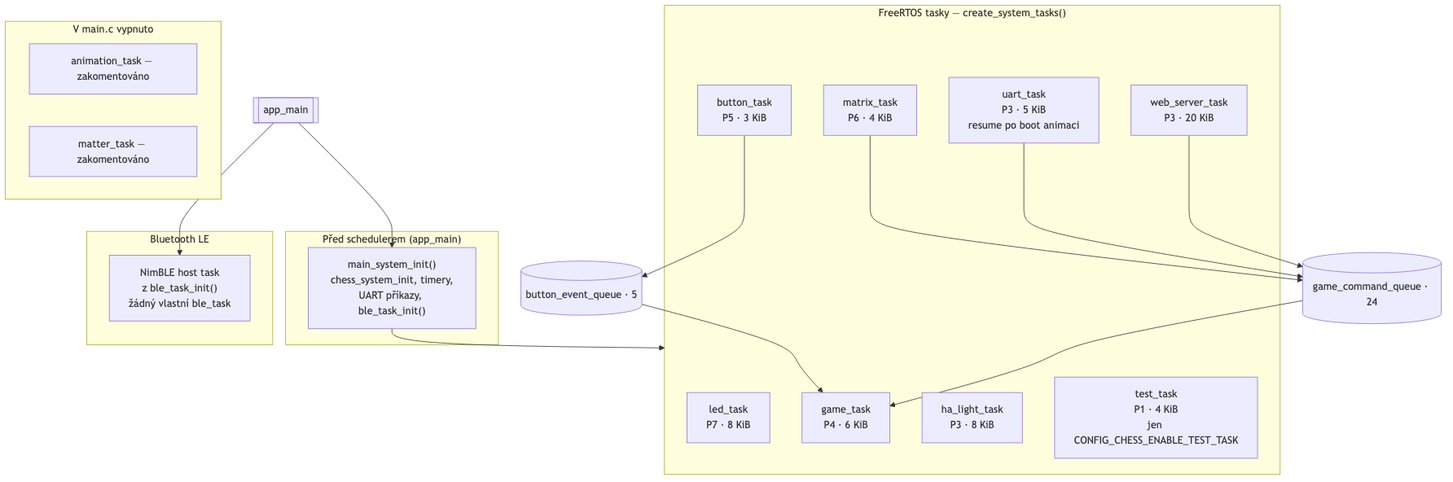
Above: docs/diagrams/tasks_architecture.png in AlfredKrutina/chess_esp32_c6_devkit (Mermaid), before the change. Its source is kept beside it as docs/diagrams/sources/tasks_architecture.mmd.
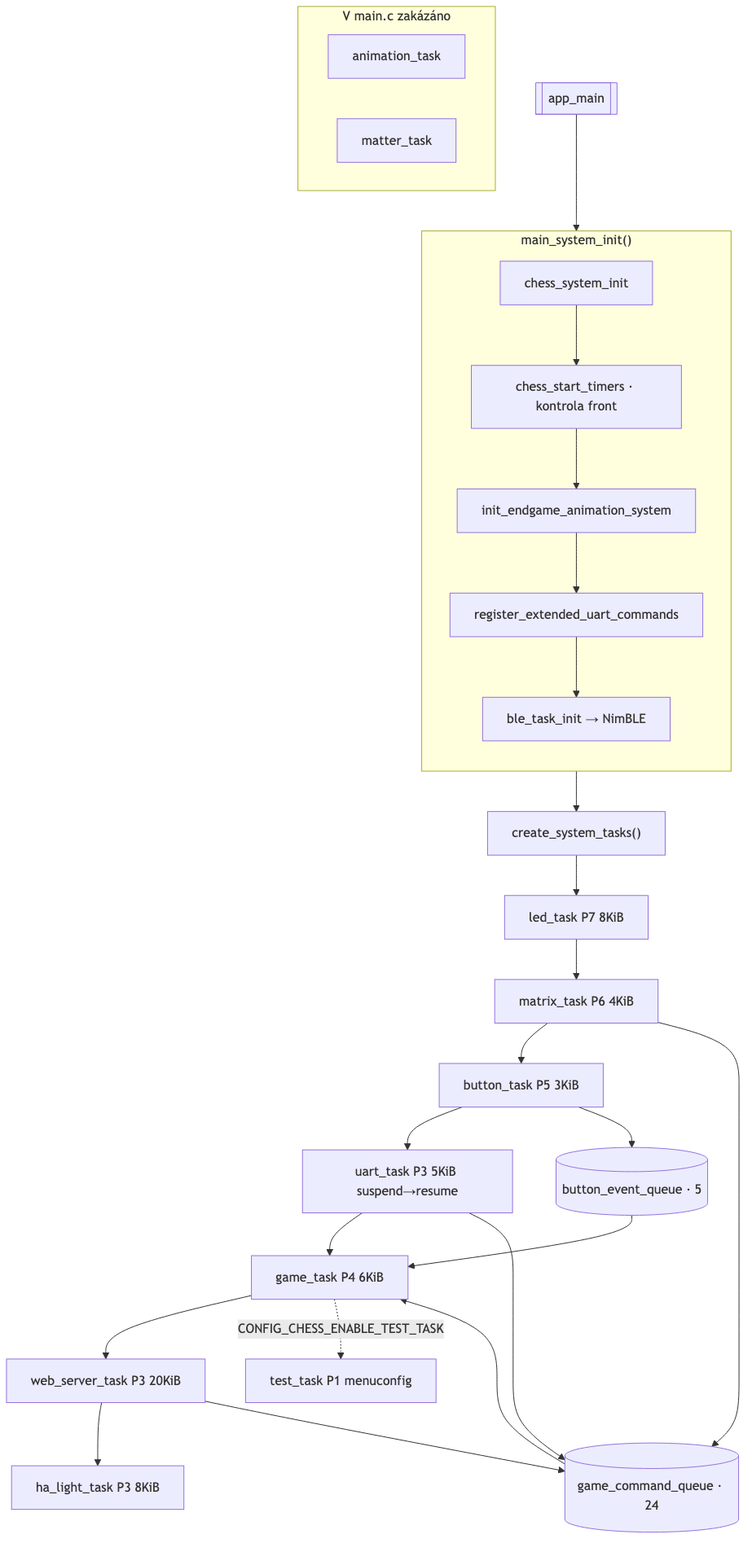
The same file after the commit.

The edit, as a diff of the source:
```diff
@@ -1,37 +1,43 @@
 flowchart TB
-  subgraph Init["Před schedulerem (app_main)"]
-    SYS["main_system_init()<br/>chess_system_init, timery,<br/>UART příkazy, ble_task_init()"]
+  subgraph SYS["main_system_init()"]
+    direction TB
+    CH["chess_system_init"]
+    TM["chess_start_timers · kontrola front"]
+    EG["init_endgame_animation_system"]
+    UR["register_extended_uart_commands"]
+    BLE["ble_task_init → NimBLE"]
+    CH --> TM --> EG --> UR --> BLE
   end
 
-  subgraph Tasks["FreeRTOS tasky — create_system_tasks()"]
-    LED["led_task<br/>P7 · 8 KiB"]
-    MAT["matrix_task<br/>P6 · 4 KiB"]
-    BTN["button_task<br/>P5 · 3 KiB"]
-    UART["uart_task<br/>P3 · 5 KiB<br/>resume po boot animaci"]
-    GAME["game_task<br/>P4 · 6 KiB"]
-    WEB["web_server_task<br/>P3 · 20 KiB"]
-    HA["ha_light_task<br/>P3 · 8 KiB"]
-    TEST["test_task<br/>P1 · 4 KiB<br/>jen CONFIG_CHESS_ENABLE_TEST_TASK"]
-  end
-
-  subgraph BLE["Bluetooth LE"]
-    NIM["NimBLE host task<br/>z ble_task_init()<br/>žádný vlastní ble_task"]
-  end
-
-  subgraph Disabled["V main.c vypnuto"]
-    ANIM["animation_task — zakomentováno"]
-    MATTER["matter_task — zakomentováno"]
+  subgraph OFF["V main.c zakázáno"]
+    AN[animation_task]
+    MA[matter_task]
   end
 
   MAIN[["app_main"]] --> SYS
-  SYS --> Tasks
-  MAIN --> NIM
+
+  CR["create_system_tasks()"]
+  SYS --> CR
+
+  L["led_task P7 8KiB"]
+  M["matrix_task P6 4KiB"]
+  B["button_task P5 3KiB"]
+  U["uart_task P3 5KiB suspend→resume"]
+  G["game_task P4 6KiB"]
+  T["test_task P1 menuconfig"]
+  W["web_server_task P3 20KiB"]
+  H["ha_light_task P3 8KiB"]
+
+  CR --> L
+  L --> M --> B --> U --> G --> W --> H
+  G -.->|CONFIG_CHESS_ENABLE_TEST_TASK| T
 
   GQ[("game_command_queue · 24")]
   BQ[("button_event_queue · 5")]
-  MAT --> GQ
-  BTN --> BQ
-  UART --> GQ
-  WEB --> GQ
-  BQ --> GAME
-  GQ --> GAME
+
+  M --> GQ
+  B --> BQ
+  U --> GQ
+  W --> GQ
+  BQ --> G
+  GQ --> G
```
